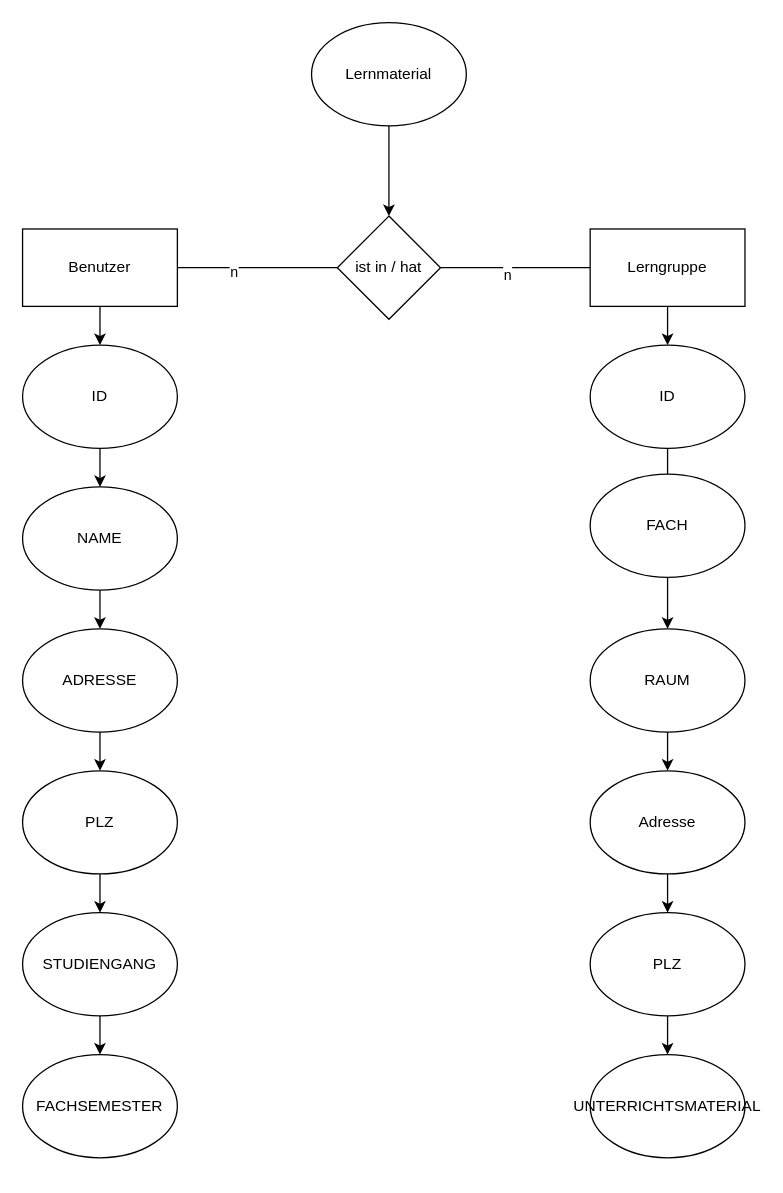
Before: Planungsdokumente/ER DIAGRAMM-Jonas Becker LerngruppenKoordinator.drawio in Rollo142/Lerngruppen-Koordinator, a draw.io diagram. Source tidied: cells renumbered, new cells numbered last; positions are measured from the earlier drawing's top-left corner, leaving out a move shared by most shapes. Both pictures are drawn from the tidied source at 129%, with x=0, y=0 at pixel (22, 22).
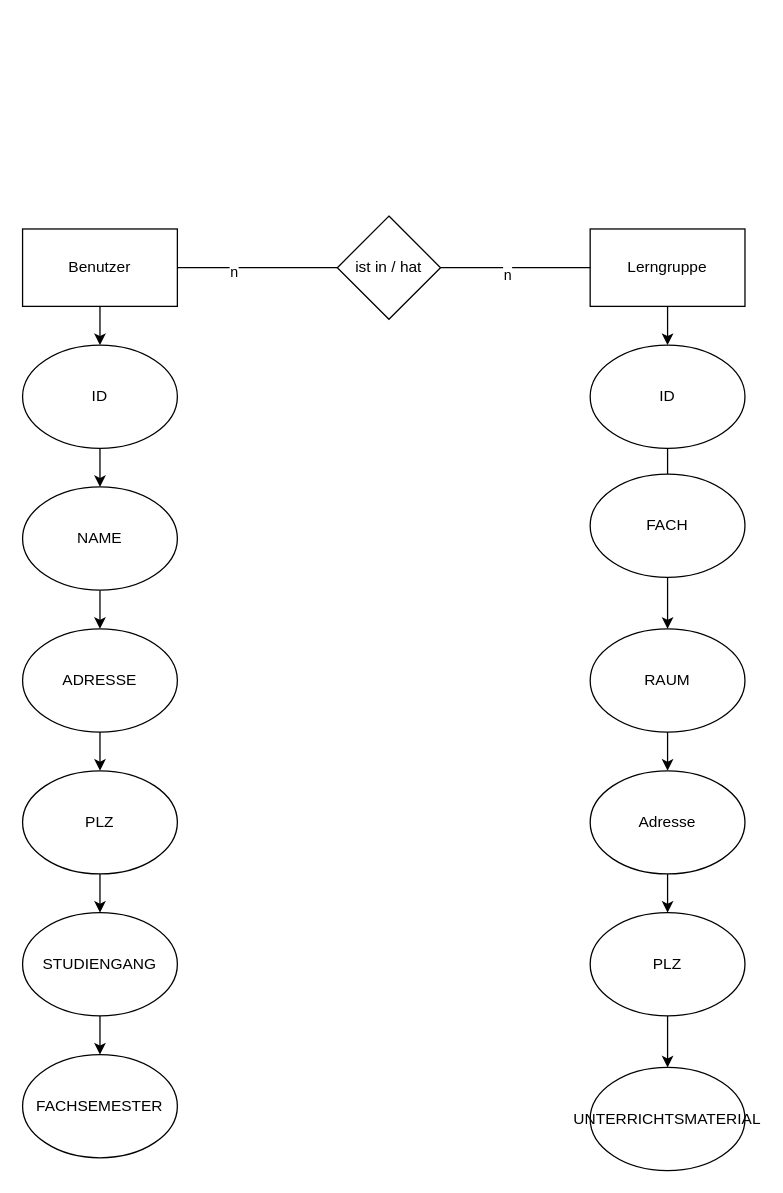
The same page after the edit.

The change refers to these unchanged cells:
```xml
<mxCell id="4" value="ist in / hat" style="rhombus;whiteSpace=wrap;html=1;" parent="1" vertex="1">
  <mxGeometry x="244" y="150" width="80" height="80" as="geometry" />
</mxCell>
```

What changed in the source:
```diff
@@
-    <mxCell id="28" value="UNTERRICHTSMATERIAL" style="ellipse;whiteSpace=wrap;html=1;" parent="1" vertex="1">
-      <mxGeometry x="440" y="800" width="120" height="80" as="geometry" />
-    </mxCell>
@@
-    <mxCell id="32" style="edgeStyle=orthogonalEdgeStyle;rounded=0;jettySize=auto;html=1;entryX=0.5;entryY=0;entryDx=0;entryDy=0;" parent="1" edge="1" source="33" target="4">
-      <mxGeometry relative="1" as="geometry" />
-    </mxCell>
-    <mxCell id="33" value="Lernmaterial" style="ellipse;whiteSpace=wrap;html=1;" parent="1" vertex="1">
-      <mxGeometry x="224" width="120" height="80" as="geometry" />
-    </mxCell>
+    <mxCell id="28" value="UNTERRICHTSMATERIAL" style="ellipse;whiteSpace=wrap;html=1;" parent="1" vertex="1">
+      <mxGeometry x="440" y="810" width="120" height="80" as="geometry" />
+    </mxCell>
```
